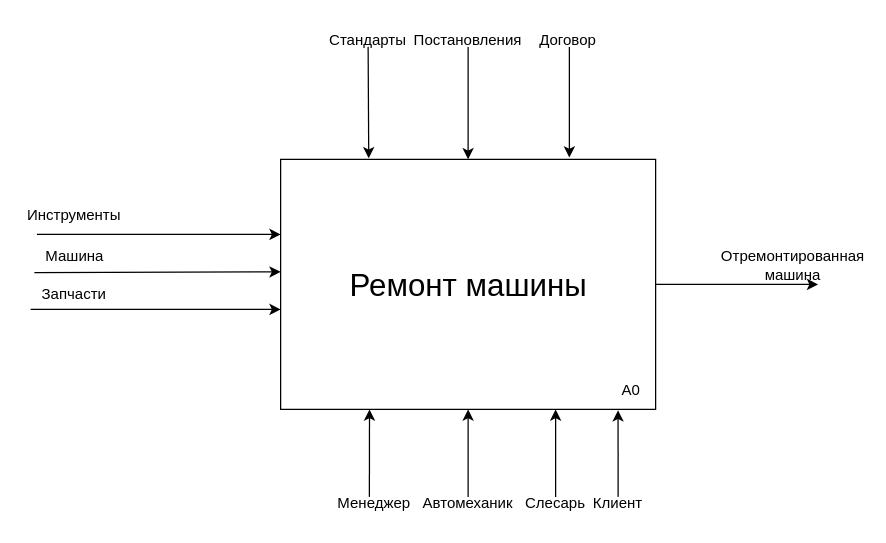
Earlier version of the draw.io diagram Курсовая/IDEF0.drawio (Vozq1208/-). Source tidied: cells renumbered, new cells numbered last; positions are measured from the earlier drawing's top-left corner, leaving out a move shared by most shapes. Both pictures are drawn from the tidied source at 125%, with x=0, y=0 at pixel (30, 21).
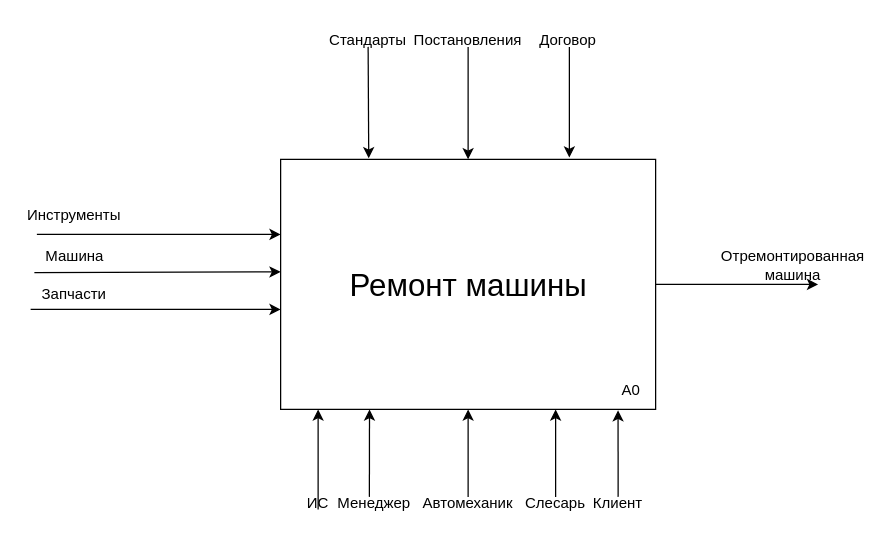
After the change.

Change to the diagram source:
```diff
@@
+    <mxCell id="27" style="endArrow=classic;html=1;rounded=0;" parent="1" edge="1">
+      <mxGeometry relative="1" as="geometry">
+        <mxPoint x="230" y="390" as="sourcePoint" />
+        <mxPoint x="230" y="310" as="targetPoint" />
+      </mxGeometry>
+    </mxCell>
+    <mxCell id="28" value="ИС" style="text;html=1;whiteSpace=wrap;strokeColor=none;fillColor=none;align=center;verticalAlign=middle;rounded=0;" parent="1" vertex="1">
+      <mxGeometry x="200" y="370" width="60" height="30" as="geometry" />
+    </mxCell>
```
